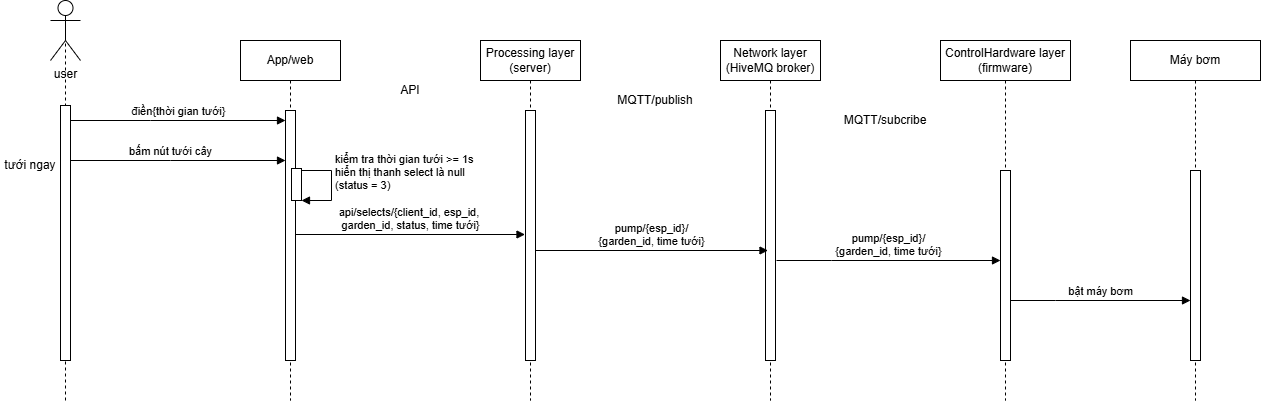
Above: details/2_system_analysis_and_sesign/3_sequence_diagram/2 quản lý vườn cây/3_sequence_user_bamnuttuoicay/bấm nút tưới cây.drawio.png in Minh-Quan-dz123/smart_plant_monitoring_and_watering_system (draw.io), before the change. Source tidied: cells renumbered, new cells last; positions are measured from the earlier drawing's top-left corner, leaving out a move shared by most shapes.
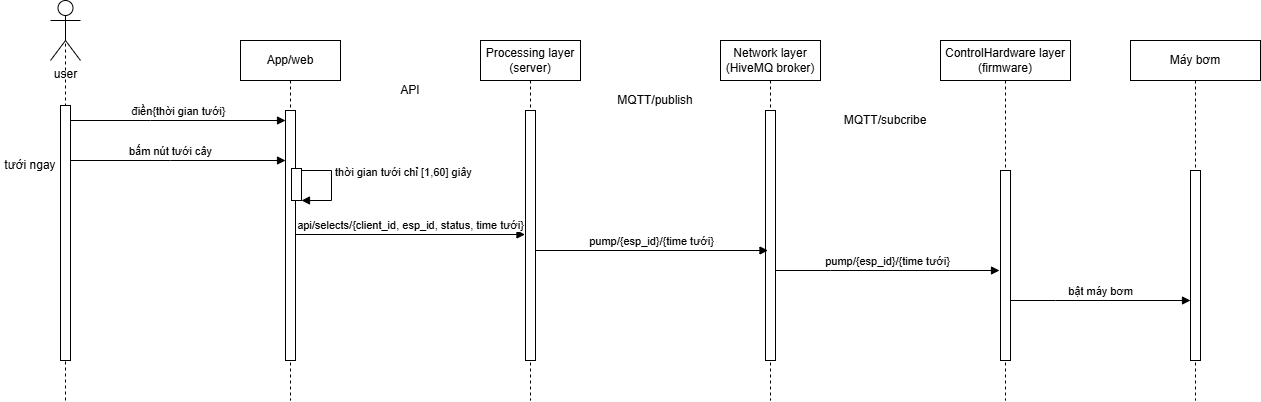
The same file after the commit.

The edit, as a diff of the source:
```diff
@@ -11,7 +11,7 @@
     <mxCell id="4" value="&lt;span style=&quot;color: rgba(0, 0, 0, 0); font-family: monospace; font-size: 0px; text-align: start;&quot;&gt;%3CmxGraphModel%3E%3Croot%3E%3CmxCell%20id%3D%220%22%2F%3E%3CmxCell%20id%3D%221%22%20parent%3D%220%22%2F%3E%3CmxCell%20id%3D%222%22%20value%3D%22connect%2Fesp_id%2Fresponse%2F%7Bon%7D%22%20style%3D%22html%3D1%3BverticalAlign%3Dbottom%3BendArrow%3Dblock%3BedgeStyle%3DelbowEdgeStyle%3Belbow%3Dhorizontal%3Bcurved%3D0%3Brounded%3D0%3B%22%20edge%3D%221%22%20parent%3D%221%22%3E%3CmxGeometry%20relative%3D%221%22%20as%3D%22geometry%22%3E%3CmxPoint%20x%3D%22945%22%20y%3D%22550%22%20as%3D%22sourcePoint%22%2F%3E%3CArray%20as%3D%22points%22%3E%3CmxPoint%20x%3D%22850%22%20y%3D%22550%22%2F%3E%3C%2FArray%3E%3CmxPoint%20x%3D%22775%22%20y%3D%22550%22%20as%3D%22targetPoint%22%2F%3E%3C%2FmxGeometry%3E%3C%2FmxCell%3E%3C%2Froot%3E%3C%2FmxGraphModel%3E&lt;/span&gt;&lt;span style=&quot;color: rgba(0, 0, 0, 0); font-family: monospace; font-size: 0px; text-align: start;&quot;&gt;%3CmxGraphModel%3E%3Croot%3E%3CmxCell%20id%3D%220%22%2F%3E%3CmxCell%20id%3D%221%22%20parent%3D%220%22%2F%3E%3CmxCell%20id%3D%222%22%20value%3D%22connect%2Fesp_id%2Fresponse%2F%7Bon%7D%22%20style%3D%22html%3D1%3BverticalAlign%3Dbottom%3BendArrow%3Dblock%3BedgeStyle%3DelbowEdgeStyle%3Belbow%3Dhorizontal%3Bcurved%3D0%3Brounded%3D0%3B%22%20edge%3D%221%22%20parent%3D%221%22%3E%3CmxGeometry%20relative%3D%221%22%20as%3D%22geometry%22%3E%3CmxPoint%20x%3D%22945%22%20y%3D%22550%22%20as%3D%22sourcePoint%22%2F%3E%3CArray%20as%3D%22points%22%3E%3CmxPoint%20x%3D%22850%22%20y%3D%22550%22%2F%3E%3C%2FArray%3E%3CmxPoint%20x%3D%22775%22%20y%3D%22550%22%20as%3D%22targetPoint%22%2F%3E%3C%2FmxGeometry%3E%3C%2FmxCell%3E%3C%2Froot%3E%3C%2FmxGraphModel%3E&lt;/span&gt;" style="html=1;perimeter=orthogonalPerimeter;targetShapes=umlLifeline;newEdgeStyle={&quot;edgeStyle&quot;:&quot;elbowEdgeStyle&quot;,&quot;elbow&quot;:&quot;vertical&quot;,&quot;curved&quot;:0,&quot;rounded&quot;:0};" parent="2" vertex="1">
       <mxGeometry x="51" y="128" width="10" height="32" as="geometry" />
     </mxCell>
-    <mxCell id="5" value="kiểm tra thời gian tưới &amp;gt;= 1s&lt;div&gt;hiển thị thanh select là null&amp;nbsp;&amp;nbsp;&lt;/div&gt;&lt;div&gt;(status = 3)&lt;/div&gt;" style="html=1;align=left;spacingLeft=2;endArrow=block;rounded=0;edgeStyle=orthogonalEdgeStyle;curved=0;rounded=0;" parent="2" edge="1">
+    <mxCell id="5" value="thời gian tưới chỉ [1,60] giây" style="html=1;align=left;spacingLeft=2;endArrow=block;rounded=0;edgeStyle=orthogonalEdgeStyle;curved=0;rounded=0;" parent="2" edge="1">
       <mxGeometry x="-0.29" relative="1" as="geometry">
         <mxPoint x="61" y="130" as="sourcePoint" />
         <mxPoint x="61" y="160" as="targetPoint" />
@@ -58,7 +58,7 @@
     <mxCell id="15" value="&lt;span style=&quot;color: rgba(0, 0, 0, 0); font-family: monospace; font-size: 0px; text-align: start;&quot;&gt;%3CmxGraphModel%3E%3Croot%3E%3CmxCell%20id%3D%220%22%2F%3E%3CmxCell%20id%3D%221%22%20parent%3D%220%22%2F%3E%3CmxCell%20id%3D%222%22%20value%3D%22dispatch%22%20style%3D%22html%3D1%3BverticalAlign%3Dbottom%3BendArrow%3Dblock%3BedgeStyle%3DelbowEdgeStyle%3Belbow%3Dvertical%3Bcurved%3D0%3Brounded%3D0%3B%22%20edge%3D%221%22%20parent%3D%221%22%3E%3CmxGeometry%20relative%3D%221%22%20as%3D%22geometry%22%3E%3CmxPoint%20x%3D%2285%22%20y%3D%22490%22%20as%3D%22sourcePoint%22%2F%3E%3CArray%20as%3D%22points%22%3E%3CmxPoint%20x%3D%22170%22%20y%3D%22490%22%2F%3E%3C%2FArray%3E%3CmxPoint%20x%3D%22255%22%20y%3D%22490%22%20as%3D%22targetPoint%22%2F%3E%3C%2FmxGeometry%3E%3C%2FmxCell%3E%3C%2Froot%3E%3C%2FmxGraphModel%3E&lt;/span&gt;&lt;span style=&quot;color: rgba(0, 0, 0, 0); font-family: monospace; font-size: 0px; text-align: start;&quot;&gt;%3CmxGraphModel%3E%3Croot%3E%3CmxCell%20id%3D%220%22%2F%3E%3CmxCell%20id%3D%221%22%20parent%3D%220%22%2F%3E%3CmxCell%20id%3D%222%22%20value%3D%22dispatch%22%20style%3D%22html%3D1%3BverticalAlign%3Dbottom%3BendArrow%3Dblock%3BedgeStyle%3DelbowEdgeStyle%3Belbow%3Dvertical%3Bcurved%3D0%3Brounded%3D0%3B%22%20edge%3D%221%22%20parent%3D%221%22%3E%3CmxGeometry%20relative%3D%221%22%20as%3D%22geometry%22%3E%3CmxPoint%20x%3D%2285%22%20y%3D%22490%22%20as%3D%22sourcePoint%22%2F%3E%3CArray%20as%3D%22points%22%3E%3CmxPoint%20x%3D%22170%22%20y%3D%22490%22%2F%3E%3C%2FArray%3E%3CmxPoint%20x%3D%22255%22%20y%3D%22490%22%20as%3D%22targetPoint%22%2F%3E%3C%2FmxGeometry%3E%3C%2FmxCell%3E%3C%2Froot%3E%3C%2FmxGraphModel%3E&lt;/span&gt;" style="html=1;perimeter=orthogonalPerimeter;targetShapes=umlLifeline;newEdgeStyle={&quot;edgeStyle&quot;:&quot;elbowEdgeStyle&quot;,&quot;elbow&quot;:&quot;vertical&quot;,&quot;curved&quot;:0,&quot;rounded&quot;:0};" parent="14" vertex="1">
       <mxGeometry x="60" y="130" width="10" height="190" as="geometry" />
     </mxCell>
-    <mxCell id="16" value="api/selects/{client_id, esp_id,&amp;nbsp;&lt;div&gt;garden_id, status, time tưới}&lt;/div&gt;" style="html=1;verticalAlign=bottom;endArrow=block;edgeStyle=elbowEdgeStyle;elbow=vertical;curved=0;rounded=0;" parent="1" edge="1" source="3">
+    <mxCell id="16" value="api/selects/{client_id, esp_id,&lt;span style=&quot;background-color: light-dark(#ffffff, var(--ge-dark-color, #121212)); color: light-dark(rgb(0, 0, 0), rgb(255, 255, 255));&quot;&gt;&amp;nbsp;status, time tưới}&lt;/span&gt;" style="html=1;verticalAlign=bottom;endArrow=block;edgeStyle=elbowEdgeStyle;elbow=vertical;curved=0;rounded=0;" parent="1" edge="1" source="3">
       <mxGeometry relative="1" as="geometry">
         <mxPoint x="524.5" y="234" as="targetPoint" />
         <Array as="points">
@@ -66,7 +66,7 @@
         </Array>
       </mxGeometry>
     </mxCell>
-    <mxCell id="17" value="pump/{esp_id}/&lt;div&gt;{garden_id, time tưới&lt;span style=&quot;background-color: light-dark(#ffffff, var(--ge-dark-color, #121212)); color: light-dark(rgb(0, 0, 0), rgb(255, 255, 255));&quot;&gt;}&lt;/span&gt;&lt;/div&gt;" style="html=1;verticalAlign=bottom;endArrow=block;edgeStyle=elbowEdgeStyle;elbow=vertical;curved=0;rounded=0;" parent="1" edge="1">
+    <mxCell id="17" value="pump/{esp_id}/&lt;span style=&quot;background-color: light-dark(#ffffff, var(--ge-dark-color, #121212)); color: light-dark(rgb(0, 0, 0), rgb(255, 255, 255));&quot;&gt;{time tưới&lt;/span&gt;&lt;span style=&quot;color: light-dark(rgb(0, 0, 0), rgb(255, 255, 255)); background-color: light-dark(#ffffff, var(--ge-dark-color, #121212));&quot;&gt;}&lt;/span&gt;" style="html=1;verticalAlign=bottom;endArrow=block;edgeStyle=elbowEdgeStyle;elbow=vertical;curved=0;rounded=0;" parent="1" edge="1">
       <mxGeometry relative="1" as="geometry">
         <mxPoint x="535" y="250" as="sourcePoint" />
         <mxPoint x="767.5" y="250" as="targetPoint" />
@@ -81,12 +81,12 @@
     <mxCell id="19" value="MQTT/publish" style="text;html=1;whiteSpace=wrap;strokeColor=none;fillColor=none;align=center;verticalAlign=middle;rounded=0;" parent="1" vertex="1">
       <mxGeometry x="610" y="90" width="90" height="20" as="geometry" />
     </mxCell>
-    <mxCell id="20" value="pump/{esp_id}/&lt;div&gt;{garden_id, time tưới&lt;span style=&quot;color: light-dark(rgb(0, 0, 0), rgb(255, 255, 255));&quot;&gt;}&lt;/span&gt;&lt;/div&gt;" style="html=1;verticalAlign=bottom;endArrow=block;edgeStyle=elbowEdgeStyle;elbow=horizontal;curved=0;rounded=0;" parent="1" edge="1">
+    <mxCell id="20" value="pump/{esp_id}/&lt;span style=&quot;background-color: light-dark(#ffffff, var(--ge-dark-color, #121212)); color: light-dark(rgb(0, 0, 0), rgb(255, 255, 255));&quot;&gt;{time tưới&lt;/span&gt;&lt;span style=&quot;background-color: light-dark(#ffffff, var(--ge-dark-color, #121212)); color: light-dark(rgb(0, 0, 0), rgb(255, 255, 255));&quot;&gt;}&lt;/span&gt;" style="html=1;verticalAlign=bottom;endArrow=block;edgeStyle=elbowEdgeStyle;elbow=horizontal;curved=0;rounded=0;" parent="1" edge="1">
       <mxGeometry relative="1" as="geometry">
-        <mxPoint x="776" y="260" as="sourcePoint" />
-        <mxPoint x="1000" y="260" as="targetPoint" />
+        <mxPoint x="775" y="270" as="sourcePoint" />
+        <mxPoint x="999" y="270" as="targetPoint" />
         <Array as="points">
-          <mxPoint x="831" y="260" />
+          <mxPoint x="830" y="270" />
         </Array>
       </mxGeometry>
     </mxCell>
```
